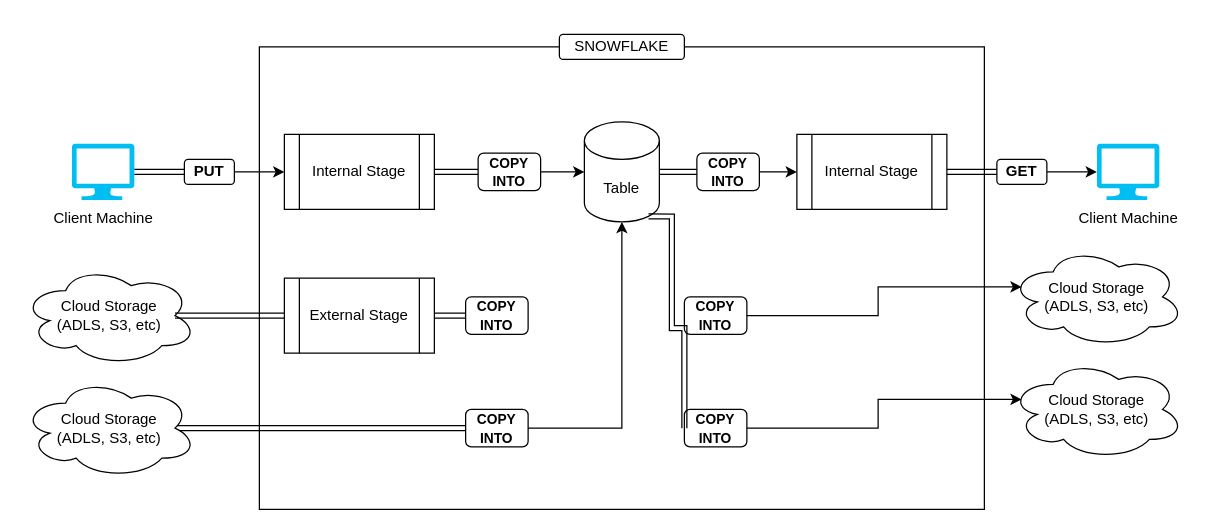
sudeepkumar10x/draw.io keeps this draw.io diagram as Untitled Diagram.drawio. Above is the earlier version. Source tidied: cells renumbered, new cells numbered last; positions are measured from the earlier drawing's top-left corner, leaving out a move shared by most shapes. Both pictures are drawn from the tidied source at 125%, with x=0, y=0 at pixel (21, 21).
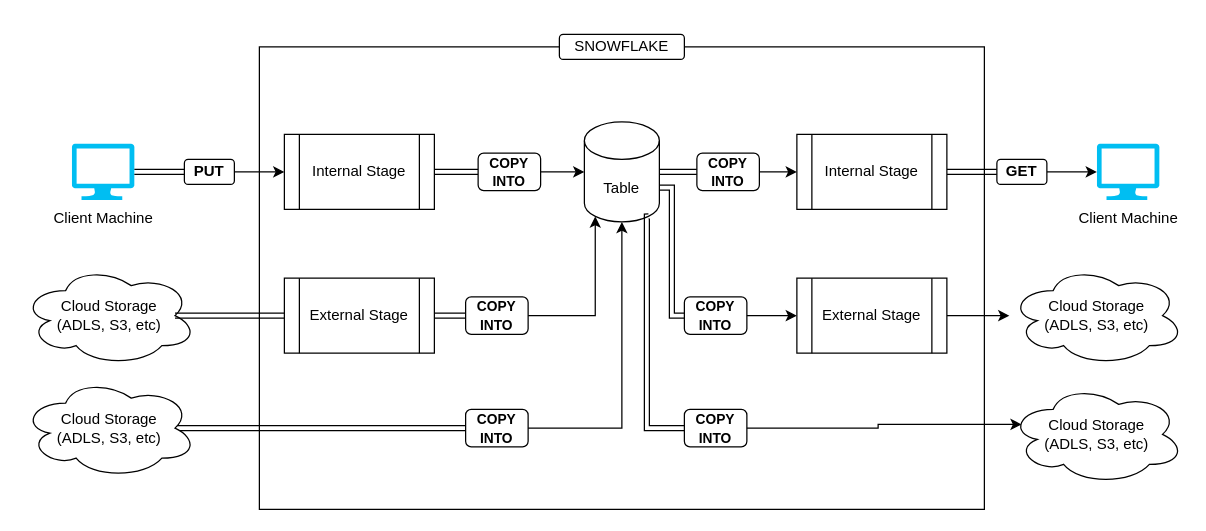
Above is the later version.

Unchanged cells that the change refers to:
```xml
<mxCell id="2" style="group;" parent="1" vertex="1">
  <mxGeometry x="190" width="740" height="370" as="geometry" />
</mxCell>
<mxCell id="5" value="&lt;b&gt;&lt;font style=&quot;font-size: 11px;&quot;&gt;COPY INTO&lt;/font&gt;&lt;/b&gt;" style="rounded=1;whiteSpace=wrap;html=1;" parent="2" vertex="1">
  <mxGeometry x="165" y="220" width="50" height="30" as="geometry" />
</mxCell>
<mxCell id="6" value="&lt;b&gt;&lt;font style=&quot;font-size: 11px;&quot;&gt;COPY INTO&lt;/font&gt;&lt;/b&gt;" style="rounded=1;whiteSpace=wrap;html=1;" parent="2" vertex="1">
  <mxGeometry x="340" y="220" width="50" height="30" as="geometry" />
</mxCell>
<mxCell id="12" value="&lt;b&gt;&lt;font style=&quot;font-size: 11px;&quot;&gt;COPY INTO&lt;/font&gt;&lt;/b&gt;" style="rounded=1;whiteSpace=wrap;html=1;" parent="2" vertex="1">
  <mxGeometry x="340" y="310" width="50" height="30" as="geometry" />
</mxCell>
<mxCell id="20" value="Table" style="shape=cylinder3;whiteSpace=wrap;html=1;boundedLbl=1;backgroundOutline=1;size=15;" parent="1" vertex="1">
  <mxGeometry x="450" y="80" width="60" height="80" as="geometry" />
</mxCell>
```

The edit, as a diff of the source:
```diff
@@
     <mxCell id="9" value="&lt;div&gt;Cloud Storage&lt;br&gt;&lt;/div&gt;&lt;div&gt;(ADLS, S3, etc)&lt;/div&gt;" style="ellipse;shape=cloud;whiteSpace=wrap;html=1;" parent="2" vertex="1">
-      <mxGeometry x="600" y="180" width="140" height="80" as="geometry" />
+      <mxGeometry x="600" y="195" width="140" height="80" as="geometry" />
     </mxCell>
-    <mxCell id="10" style="edgeStyle=orthogonalEdgeStyle;rounded=0;jettySize=auto;html=1;entryX=0.07;entryY=0.4;entryDx=0;entryDy=0;entryPerimeter=0;" parent="2" edge="1" source="6" target="9">
+    <mxCell id="10" style="edgeStyle=orthogonalEdgeStyle;rounded=0;jettySize=auto;html=1;entryX=0;entryY=0.5;entryDx=0;entryDy=0;" parent="2" edge="1" source="6" target="39">
       <mxGeometry relative="1" as="geometry" />
     </mxCell>
@@
     <mxCell id="16" value="&lt;div&gt;Cloud Storage&lt;br&gt;&lt;/div&gt;&lt;div&gt;(ADLS, S3, etc)&lt;/div&gt;" style="ellipse;shape=cloud;whiteSpace=wrap;html=1;" parent="2" vertex="1">
-      <mxGeometry x="600" y="270" width="140" height="80" as="geometry" />
+      <mxGeometry x="600" y="290" width="140" height="80" as="geometry" />
     </mxCell>
@@
+    <mxCell id="38" style="edgeStyle=orthogonalEdgeStyle;rounded=0;jettySize=auto;html=1;" parent="2" edge="1" source="39" target="9">
+      <mxGeometry relative="1" as="geometry" />
+    </mxCell>
+    <mxCell id="39" value="External Stage" style="shape=process;whiteSpace=wrap;html=1;backgroundOutline=1;" parent="2" vertex="1">
+      <mxGeometry x="430" y="205" width="120" height="60" as="geometry" />
+    </mxCell>
@@
     <mxCell id="37" style="edgeStyle=orthogonalEdgeStyle;rounded=0;jettySize=auto;html=1;entryX=0;entryY=0.5;entryDx=0;entryDy=0;exitX=0.855;exitY=1;exitDx=0;exitDy=-4.35;exitPerimeter=0;shape=link;" parent="1" edge="1" source="20" target="12">
       <mxGeometry relative="1" as="geometry">
         <Array as="points">
-          <mxPoint x="520" y="156" />
-          <mxPoint x="520" y="245" />
+          <mxPoint x="500" y="156" />
+          <mxPoint x="500" y="325" />
         </Array>
       </mxGeometry>
     </mxCell>
+    <mxCell id="40" style="edgeStyle=orthogonalEdgeStyle;rounded=0;jettySize=auto;html=1;entryX=0.145;entryY=1;entryDx=0;entryDy=-4.35;entryPerimeter=0;" parent="1" edge="1" source="5" target="20">
+      <mxGeometry relative="1" as="geometry" />
+    </mxCell>
+    <mxCell id="41" style="edgeStyle=orthogonalEdgeStyle;rounded=0;jettySize=auto;html=1;exitX=1;exitY=0;exitDx=0;exitDy=52.5;exitPerimeter=0;shape=link;entryX=0;entryY=0.5;entryDx=0;entryDy=0;" parent="1" edge="1" source="20" target="6">
+      <mxGeometry relative="1" as="geometry">
+        <Array as="points">
+          <mxPoint x="520" y="132" />
+          <mxPoint x="520" y="235" />
+        </Array>
+      </mxGeometry>
+    </mxCell>
```
